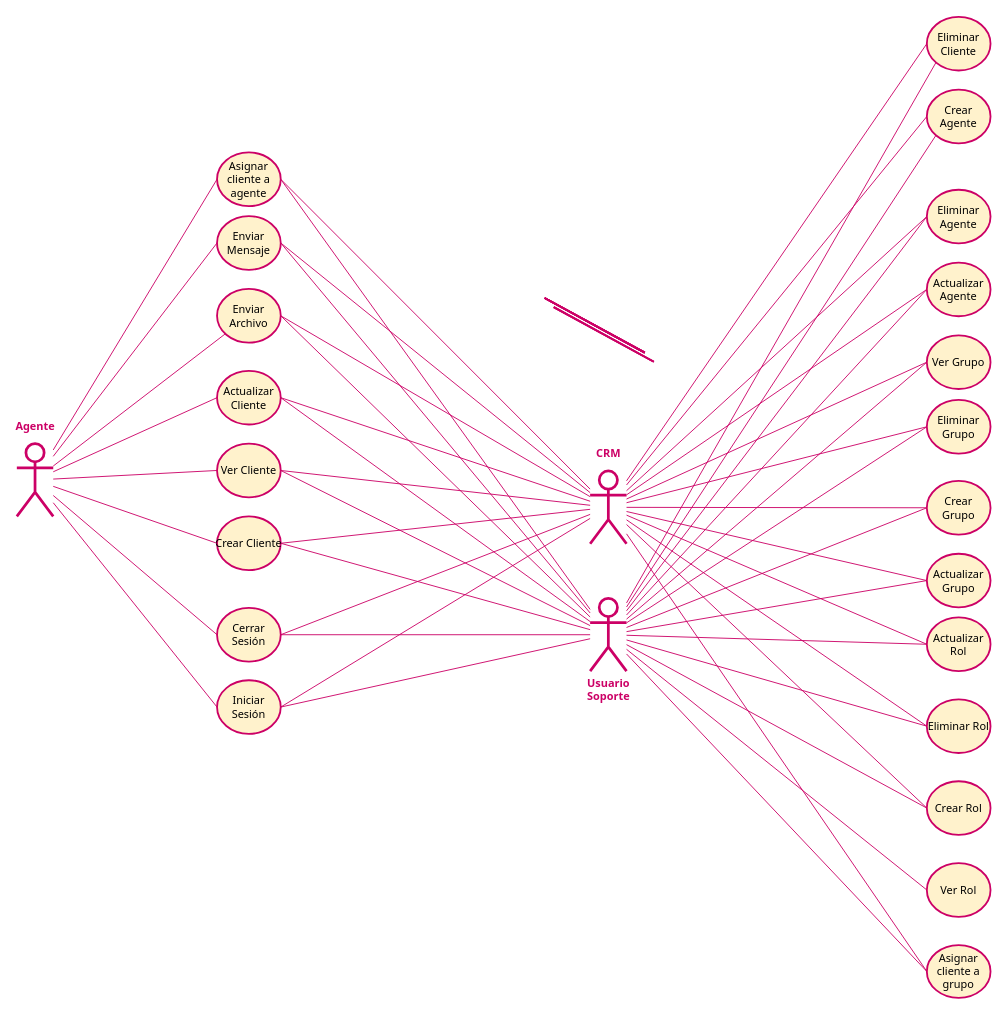
eivaremir/zm-crm keeps this draw.io diagram as Models.drawio. Above is the earlier version. Source tidied: cells renumbered, new cells numbered last; positions are measured from the earlier drawing's top-left corner, leaving out a move shared by most shapes. Both pictures are drawn from the tidied source at 91%, with x=0, y=0 at pixel (16, 16).
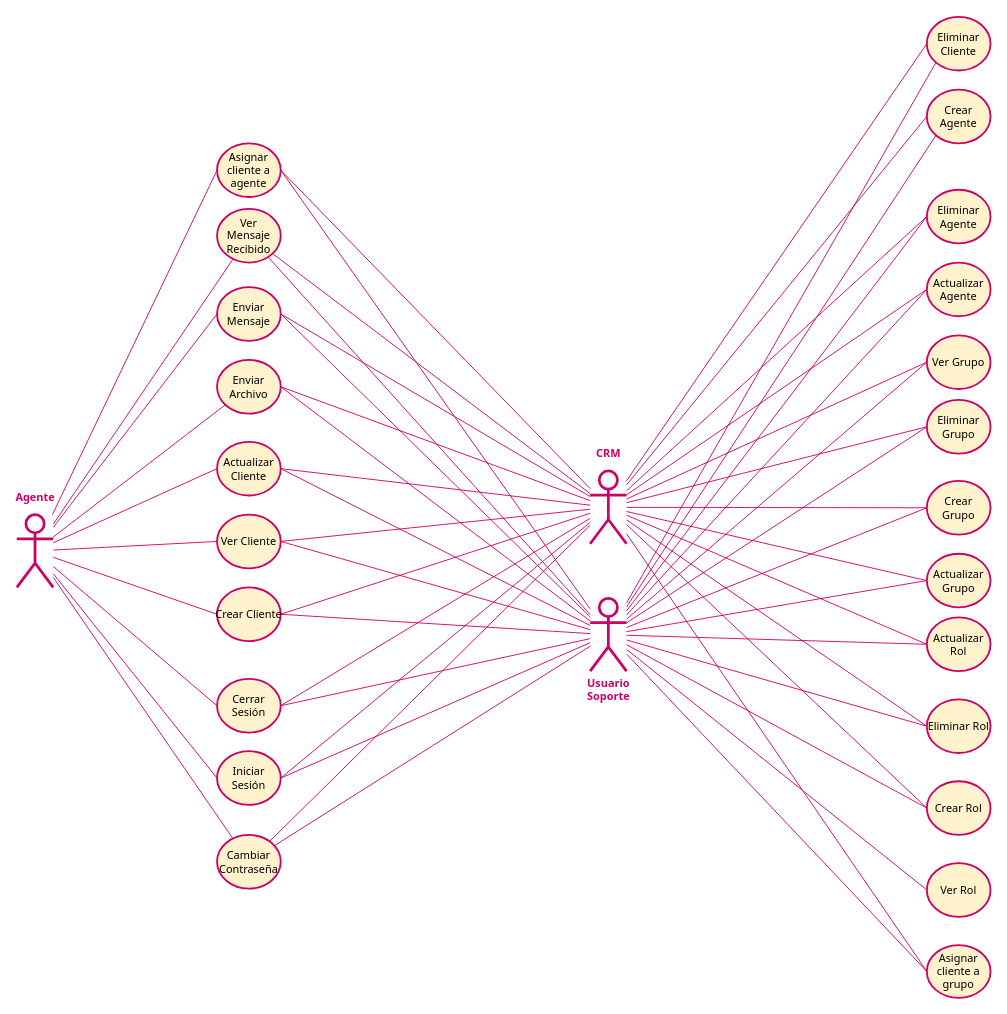
The same diagram, later.

Commit message:
added more use cases

The change refers to these unchanged cells:
```xml
<mxCell id="3" value="Usuario&lt;br&gt;Soporte" style="shape=umlActor;verticalLabelPosition=bottom;verticalAlign=top;html=1;strokeColor=#CC0066;strokeWidth=3;fontStyle=1;fontColor=#CC0066;fontFamily=Tahoma;" parent="1" vertex="1">
  <mxGeometry x="630" y="639" width="40" height="80" as="geometry" />
</mxCell>
<mxCell id="5" value="CRM" style="shape=umlActor;verticalLabelPosition=top;verticalAlign=bottom;html=1;strokeColor=#CC0066;strokeWidth=3;fontStyle=1;fontColor=#CC0066;fontFamily=Tahoma;labelPosition=center;align=center;spacingTop=0;spacingBottom=10;" parent="1" vertex="1">
  <mxGeometry x="630" y="499" width="40" height="80" as="geometry" />
</mxCell>
```

The edit, as a diff of the source:
```diff
@@
     <mxCell id="4" value="Crear&amp;nbsp;Cliente" style="ellipse;whiteSpace=wrap;html=1;fontFamily=Tahoma;fillColor=#fff2cc;strokeColor=#CC0066;strokeWidth=2;" parent="1" vertex="1">
-      <mxGeometry x="220" y="549" width="70" height="59" as="geometry" />
+      <mxGeometry x="220" y="627" width="70" height="59" as="geometry" />
     </mxCell>
@@
     <mxCell id="7" value="Ver&amp;nbsp;Cliente" style="ellipse;whiteSpace=wrap;html=1;fontFamily=Tahoma;fillColor=#fff2cc;strokeColor=#CC0066;strokeWidth=2;" parent="1" vertex="1">
-      <mxGeometry x="220" y="469" width="70" height="59" as="geometry" />
+      <mxGeometry x="220" y="547" width="70" height="59" as="geometry" />
     </mxCell>
     <mxCell id="8" value="Actualizar&lt;br&gt;Cliente" style="ellipse;whiteSpace=wrap;html=1;fontFamily=Tahoma;fillColor=#fff2cc;strokeColor=#CC0066;strokeWidth=2;" parent="1" vertex="1">
-      <mxGeometry x="220" y="389" width="70" height="59" as="geometry" />
+      <mxGeometry x="220" y="467" width="70" height="59" as="geometry" />
     </mxCell>
@@
     <mxCell id="10" value="Agente" style="shape=umlActor;verticalLabelPosition=top;verticalAlign=bottom;html=1;strokeColor=#CC0066;strokeWidth=3;fontStyle=1;fontColor=#CC0066;fontFamily=Tahoma;spacingRight=0;labelBackgroundColor=none;labelPosition=center;align=center;spacingTop=0;spacingBottom=10margin:20px;" parent="1" vertex="1">
-      <mxGeometry y="469" width="40" height="80" as="geometry" />
+      <mxGeometry y="547" width="40" height="80" as="geometry" />
     </mxCell>
@@
     <mxCell id="26" value="Cerrar Sesión" style="ellipse;whiteSpace=wrap;html=1;fontFamily=Tahoma;fillColor=#fff2cc;strokeColor=#CC0066;strokeWidth=2;" parent="1" vertex="1">
-      <mxGeometry x="220" y="649.5" width="70" height="59" as="geometry" />
+      <mxGeometry x="220" y="727.5" width="70" height="59" as="geometry" />
     </mxCell>
     <mxCell id="27" value="Iniciar Sesión" style="ellipse;whiteSpace=wrap;html=1;fontFamily=Tahoma;fillColor=#fff2cc;strokeColor=#CC0066;strokeWidth=2;" parent="1" vertex="1">
-      <mxGeometry x="220" y="729" width="70" height="59" as="geometry" />
+      <mxGeometry x="220" y="807" width="70" height="59" as="geometry" />
     </mxCell>
@@
     <mxCell id="40" value="Asignar cliente a agente" style="ellipse;whiteSpace=wrap;html=1;fontFamily=Tahoma;fillColor=#fff2cc;strokeColor=#CC0066;strokeWidth=2;" parent="1" vertex="1">
-      <mxGeometry x="220" y="149" width="70" height="59" as="geometry" />
+      <mxGeometry x="220" y="139" width="70" height="59" as="geometry" />
     </mxCell>
@@
     <mxCell id="42" value="Enviar Mensaje" style="ellipse;whiteSpace=wrap;html=1;fontFamily=Tahoma;fillColor=#fff2cc;strokeColor=#CC0066;strokeWidth=2;" parent="1" vertex="1">
-      <mxGeometry x="220" y="219" width="70" height="59" as="geometry" />
+      <mxGeometry x="220" y="297" width="70" height="59" as="geometry" />
     </mxCell>
     <mxCell id="43" value="Enviar Archivo" style="ellipse;whiteSpace=wrap;html=1;fontFamily=Tahoma;fillColor=#fff2cc;strokeColor=#CC0066;strokeWidth=2;" parent="1" vertex="1">
-      <mxGeometry x="220" y="299" width="70" height="59" as="geometry" />
+      <mxGeometry x="220" y="377" width="70" height="59" as="geometry" />
     </mxCell>
@@
-    <mxCell id="58" style="endArrow=none;html=1;fontFamily=Tahoma;fontColor=#CC0066;strokeColor=#CC0066;strokeWidth=2;" parent="1" edge="1">
-      <mxGeometry relative="1" as="geometry">
-        <mxPoint x="580" y="309" as="sourcePoint" />
-        <mxPoint x="690" y="369" as="targetPoint" />
-      </mxGeometry>
-    </mxCell>
-    <mxCell id="59" style="endArrow=none;html=1;fontFamily=Tahoma;fontColor=#CC0066;strokeColor=#CC0066;strokeWidth=2;" parent="1" edge="1">
-      <mxGeometry relative="1" as="geometry">
-        <mxPoint x="590" y="319" as="sourcePoint" />
-        <mxPoint x="700" y="379" as="targetPoint" />
-      </mxGeometry>
-    </mxCell>
@@
-    <mxCell id="62" style="endArrow=none;html=1;fontFamily=Tahoma;fontColor=#CC0066;strokeColor=#CC0066;strokeWidth=2;" parent="1" edge="1">
-      <mxGeometry relative="1" as="geometry">
-        <mxPoint x="580" y="309" as="sourcePoint" />
-        <mxPoint x="690" y="369" as="targetPoint" />
-      </mxGeometry>
-    </mxCell>
-    <mxCell id="63" style="endArrow=none;html=1;fontFamily=Tahoma;fontColor=#CC0066;strokeColor=#CC0066;strokeWidth=2;" parent="1" edge="1">
-      <mxGeometry relative="1" as="geometry">
-        <mxPoint x="590" y="319" as="sourcePoint" />
-        <mxPoint x="700" y="379" as="targetPoint" />
-      </mxGeometry>
-    </mxCell>
-    <mxCell id="64" style="endArrow=none;html=1;fontFamily=Tahoma;fontColor=#CC0066;strokeColor=#CC0066;strokeWidth=2;" parent="1" edge="1">
-      <mxGeometry relative="1" as="geometry">
-        <mxPoint x="580" y="309" as="sourcePoint" />
-        <mxPoint x="690" y="369" as="targetPoint" />
-      </mxGeometry>
-    </mxCell>
-    <mxCell id="65" style="endArrow=none;html=1;fontFamily=Tahoma;fontColor=#CC0066;strokeColor=#CC0066;strokeWidth=2;" parent="1" edge="1">
-      <mxGeometry relative="1" as="geometry">
-        <mxPoint x="580" y="309" as="sourcePoint" />
-        <mxPoint x="690" y="369" as="targetPoint" />
-      </mxGeometry>
-    </mxCell>
-    <mxCell id="66" style="endArrow=none;html=1;fontFamily=Tahoma;fontColor=#CC0066;strokeColor=#CC0066;strokeWidth=2;" parent="1" edge="1">
-      <mxGeometry relative="1" as="geometry">
-        <mxPoint x="580" y="309" as="sourcePoint" />
-        <mxPoint x="690" y="369" as="targetPoint" />
-      </mxGeometry>
-    </mxCell>
-    <mxCell id="67" style="endArrow=none;html=1;fontFamily=Tahoma;fontColor=#CC0066;strokeColor=#CC0066;strokeWidth=2;" parent="1" edge="1">
-      <mxGeometry relative="1" as="geometry">
-        <mxPoint x="590" y="319" as="sourcePoint" />
-        <mxPoint x="700" y="379" as="targetPoint" />
-      </mxGeometry>
-    </mxCell>
-    <mxCell id="68" style="endArrow=none;html=1;fontFamily=Tahoma;fontColor=#CC0066;strokeColor=#CC0066;strokeWidth=2;" parent="1" edge="1">
-      <mxGeometry relative="1" as="geometry">
-        <mxPoint x="580" y="309" as="sourcePoint" />
-        <mxPoint x="690" y="369" as="targetPoint" />
-      </mxGeometry>
-    </mxCell>
@@
+    <mxCell id="84" value="Cambiar&lt;br&gt;Contraseña" style="ellipse;whiteSpace=wrap;html=1;fontFamily=Tahoma;fillColor=#fff2cc;strokeColor=#CC0066;strokeWidth=2;" parent="1" vertex="1">
+      <mxGeometry x="220" y="899" width="70" height="59" as="geometry" />
+    </mxCell>
+    <mxCell id="85" style="endArrow=none;html=1;fontFamily=Tahoma;fontColor=#CC0066;strokeColor=#CC0066;strokeWidth=1;" parent="1" edge="1" source="10" target="84">
+      <mxGeometry relative="1" as="geometry" />
+    </mxCell>
+    <mxCell id="86" style="endArrow=none;html=1;fontFamily=Tahoma;fontColor=#CC0066;strokeColor=#CC0066;strokeWidth=1;" parent="1" edge="1" source="5" target="84">
+      <mxGeometry relative="1" as="geometry" />
+    </mxCell>
+    <mxCell id="87" style="endArrow=none;html=1;fontFamily=Tahoma;fontColor=#CC0066;strokeColor=#CC0066;strokeWidth=1;" parent="1" edge="1" source="3" target="84">
+      <mxGeometry relative="1" as="geometry" />
+    </mxCell>
+    <mxCell id="88" value="Ver Mensaje Recibido" style="ellipse;whiteSpace=wrap;html=1;fontFamily=Tahoma;fillColor=#fff2cc;strokeColor=#CC0066;strokeWidth=2;" parent="1" vertex="1">
+      <mxGeometry x="220" y="211" width="70" height="59" as="geometry" />
+    </mxCell>
+    <mxCell id="89" style="endArrow=none;html=1;fontFamily=Tahoma;fontColor=#CC0066;strokeColor=#CC0066;strokeWidth=1;" parent="1" edge="1" source="10" target="88">
+      <mxGeometry relative="1" as="geometry" />
+    </mxCell>
+    <mxCell id="90" style="endArrow=none;html=1;fontFamily=Tahoma;fontColor=#CC0066;strokeColor=#CC0066;strokeWidth=1;" parent="1" edge="1" source="88" target="3">
+      <mxGeometry relative="1" as="geometry" />
+    </mxCell>
+    <mxCell id="91" style="endArrow=none;html=1;fontFamily=Tahoma;fontColor=#CC0066;strokeColor=#CC0066;strokeWidth=1;" parent="1" edge="1" source="88" target="5">
+      <mxGeometry relative="1" as="geometry" />
+    </mxCell>
```
